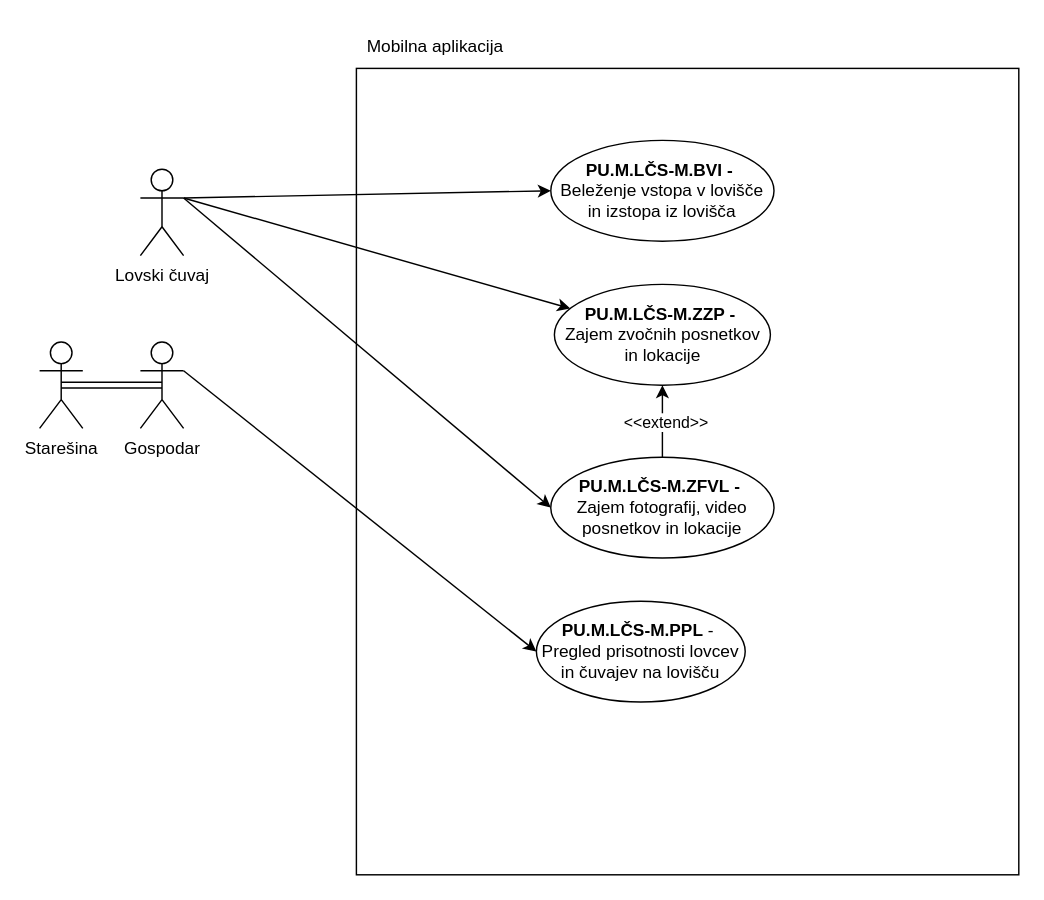
ErnestISv/Lovstvo keeps this draw.io diagram as Lovski cuvaj-Mobilna aplikacija.drawio. Above is the earlier version. Source tidied: cells renumbered, new cells numbered last; positions are measured from the earlier drawing's top-left corner, leaving out a move shared by most shapes. Both pictures are drawn from the tidied source at 144%, with x=0, y=0 at pixel (39, 24).
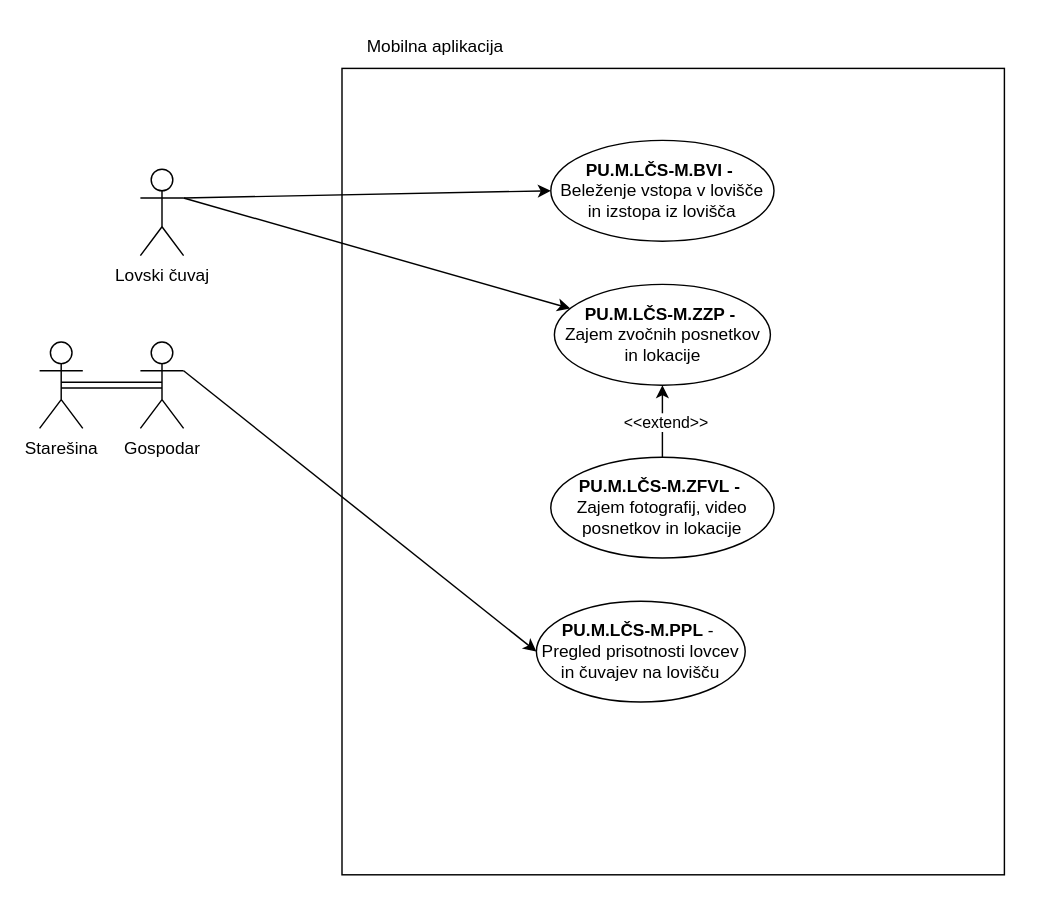
The same page after the edit.

Diff of the diagram source:
```diff
@@
 <mxGraphModel>
   <root>
     <mxCell id="0" />
     <mxCell id="1" parent="0" />
     <mxCell id="2" style="rounded=0;whiteSpace=wrap;html=1;" parent="1" vertex="1">
-      <mxGeometry x="220" y="30" width="460" height="560" as="geometry" />
+      <mxGeometry x="210" y="30" width="460" height="560" as="geometry" />
     </mxCell>
     <mxCell id="3" value="Lovski čuvaj" style="shape=umlActor;verticalLabelPosition=bottom;verticalAlign=top;html=1;outlineConnect=0;" parent="1" vertex="1">
       <mxGeometry x="70" y="100" width="30" height="60" as="geometry" />
     </mxCell>
     <mxCell id="4" style="edgeStyle=orthogonalEdgeStyle;shape=link;rounded=0;jettySize=auto;html=1;exitX=0.5;exitY=0.5;exitDx=0;exitDy=0;exitPerimeter=0;entryX=0.5;entryY=0.5;entryDx=0;entryDy=0;entryPerimeter=0;" parent="1" edge="1" source="5" target="6">
       <mxGeometry relative="1" as="geometry" />
     </mxCell>
     <mxCell id="5" value="Starešina" style="shape=umlActor;verticalLabelPosition=bottom;verticalAlign=top;html=1;outlineConnect=0;" parent="1" vertex="1">
       <mxGeometry y="220" width="30" height="60" as="geometry" />
     </mxCell>
     <mxCell id="6" value="Gospodar" style="shape=umlActor;verticalLabelPosition=bottom;verticalAlign=top;html=1;outlineConnect=0;" parent="1" vertex="1">
       <mxGeometry x="70" y="220" width="30" height="60" as="geometry" />
     </mxCell>
     <mxCell id="7" value="&lt;b&gt;PU.M.LČS-M.ZZP&amp;nbsp;-&amp;nbsp;&lt;/b&gt;&lt;div&gt;Zajem zvočnih posnetkov in lokacije&lt;/div&gt;" style="ellipse;whiteSpace=wrap;html=1;" parent="1" vertex="1">
       <mxGeometry x="357.5" y="180" width="150" height="70" as="geometry" />
     </mxCell>
     <mxCell id="8" style="endArrow=classic;html=1;rounded=0;exitX=1;exitY=0.3333333333333333;exitDx=0;exitDy=0;exitPerimeter=0;" parent="1" edge="1" source="3" target="7">
       <mxGeometry relative="1" as="geometry" />
     </mxCell>
     <mxCell id="9" value="&lt;b&gt;PU.M.LČS-M.ZFVL&amp;nbsp;-&amp;nbsp;&lt;/b&gt;&lt;div&gt;Zajem fotografij, video posnetkov in lokacije&lt;/div&gt;" style="ellipse;whiteSpace=wrap;html=1;" parent="1" vertex="1">
       <mxGeometry x="355" y="300" width="155" height="70" as="geometry" />
     </mxCell>
-    <mxCell id="10" style="endArrow=classic;html=1;rounded=0;entryX=0;entryY=0.5;entryDx=0;entryDy=0;" parent="1" edge="1" target="9">
-      <mxGeometry relative="1" as="geometry">
-        <mxPoint x="100" y="120" as="sourcePoint" />
-      </mxGeometry>
-    </mxCell>
     <mxCell id="11" value="Mobilna aplikacija" style="text;html=1;align=center;verticalAlign=middle;whiteSpace=wrap;rounded=0;" parent="1" vertex="1">
       <mxGeometry x="220" width="110" height="30" as="geometry" />
     </mxCell>
     <mxCell id="12" value="&lt;b&gt;PU.M.LČS-M.PPL&amp;nbsp;&lt;/b&gt;-&amp;nbsp;&lt;div&gt;Pregled prisotnosti lovcev in čuvajev na lovišču&lt;/div&gt;" style="ellipse;whiteSpace=wrap;html=1;" parent="1" vertex="1">
       <mxGeometry x="345" y="400" width="145" height="70" as="geometry" />
     </mxCell>
     <mxCell id="13" style="endArrow=classic;html=1;rounded=0;exitX=1;exitY=0.3333333333333333;exitDx=0;exitDy=0;exitPerimeter=0;entryX=0;entryY=0.5;entryDx=0;entryDy=0;" parent="1" edge="1" source="6" target="12">
       <mxGeometry relative="1" as="geometry" />
     </mxCell>
     <mxCell id="14" value="&lt;b&gt;PU.M.LČS-M.BVI -&amp;nbsp;&lt;/b&gt;&lt;div&gt;Beleženje vstopa v lovišče in izstopa iz lovišča&lt;/div&gt;" style="ellipse;whiteSpace=wrap;html=1;" parent="1" vertex="1">
       <mxGeometry x="355" y="80" width="155" height="70" as="geometry" />
     </mxCell>
     <mxCell id="15" style="endArrow=classic;html=1;rounded=0;entryX=0;entryY=0.5;entryDx=0;entryDy=0;" parent="1" edge="1" target="14">
       <mxGeometry relative="1" as="geometry">
         <mxPoint x="100" y="120" as="sourcePoint" />
       </mxGeometry>
     </mxCell>
     <mxCell id="16" style="endArrow=classic;html=1;rounded=0;exitX=0.5;exitY=0;exitDx=0;exitDy=0;entryX=0.5;entryY=1;entryDx=0;entryDy=0;" parent="1" edge="1" source="9" target="7">
       <mxGeometry relative="1" as="geometry" />
     </mxCell>
     <mxCell id="17" value="&amp;lt;&amp;lt;extend&amp;gt;&amp;gt;" style="edgeLabel;html=1;align=center;verticalAlign=middle;" parent="16" vertex="1">
       <mxGeometry y="-2" relative="1" as="geometry" />
     </mxCell>
   </root>
 </mxGraphModel>
```
